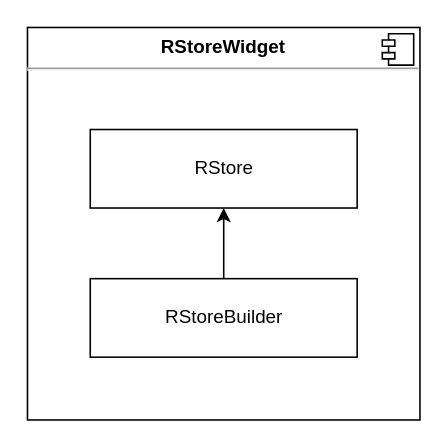
The draw.io diagram .github/wstore.drawio in devmaslove/wstore, before the edit. Source tidied: cells renumbered, new cells numbered last; positions are measured from the earlier drawing's top-left corner, leaving out a move shared by most shapes. Both pictures are drawn from the tidied source at 157%, with x=0, y=0 at pixel (27, 27).
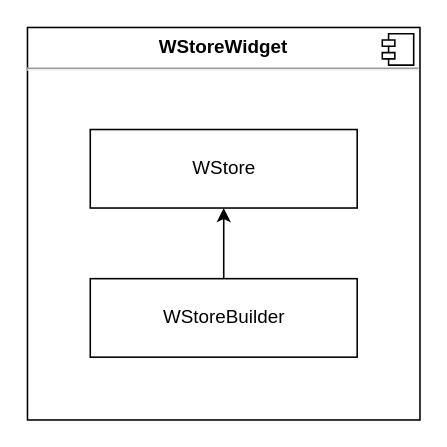
The same page after the edit.

Commit message (it also covers changes not shown here):
rename all to wstore

What changed in the source:
```diff
@@
 <mxGraphModel>
   <root>
     <mxCell id="0" />
     <mxCell id="1" parent="0" />
-    <mxCell id="2" value="&lt;p style=&quot;margin:0px;margin-top:6px;text-align:center;&quot;&gt;&lt;b&gt;RStoreWidget&lt;/b&gt;&lt;br&gt;&lt;/p&gt;&lt;hr&gt;&lt;p style=&quot;margin:0px;margin-left:8px;&quot;&gt;&lt;br&gt;&lt;/p&gt;" style="align=left;overflow=fill;html=1;" parent="1" vertex="1">
+    <mxCell id="2" value="&lt;p style=&quot;margin:0px;margin-top:6px;text-align:center;&quot;&gt;&lt;b&gt;WStoreWidget&lt;/b&gt;&lt;br&gt;&lt;/p&gt;&lt;hr&gt;&lt;p style=&quot;margin:0px;margin-left:8px;&quot;&gt;&lt;br&gt;&lt;/p&gt;" style="align=left;overflow=fill;html=1;" parent="1" vertex="1">
       <mxGeometry width="250" height="250" as="geometry" />
     </mxCell>
     <mxCell id="3" style="shape=component;jettyWidth=8;jettyHeight=4;" parent="2" vertex="1">
       <mxGeometry x="1" width="20" height="20" relative="1" as="geometry">
         <mxPoint x="-24" y="4" as="offset" />
       </mxGeometry>
     </mxCell>
-    <mxCell id="4" value="RStore" style="html=1;" parent="1" vertex="1">
+    <mxCell id="4" value="WStore" style="html=1;" parent="1" vertex="1">
       <mxGeometry x="40" y="65" width="170" height="50" as="geometry" />
     </mxCell>
     <mxCell id="5" style="edgeStyle=orthogonalEdgeStyle;rounded=0;jettySize=auto;html=1;exitX=0.5;exitY=0;exitDx=0;exitDy=0;entryX=0.5;entryY=1;entryDx=0;entryDy=0;" parent="1" edge="1" source="6" target="4">
       <mxGeometry relative="1" as="geometry" />
     </mxCell>
-    <mxCell id="6" value="RStoreBuilder" style="html=1;" parent="1" vertex="1">
+    <mxCell id="6" value="WStoreBuilder" style="html=1;" parent="1" vertex="1">
       <mxGeometry x="40" y="160" width="170" height="50" as="geometry" />
     </mxCell>
   </root>
 </mxGraphModel>
```
